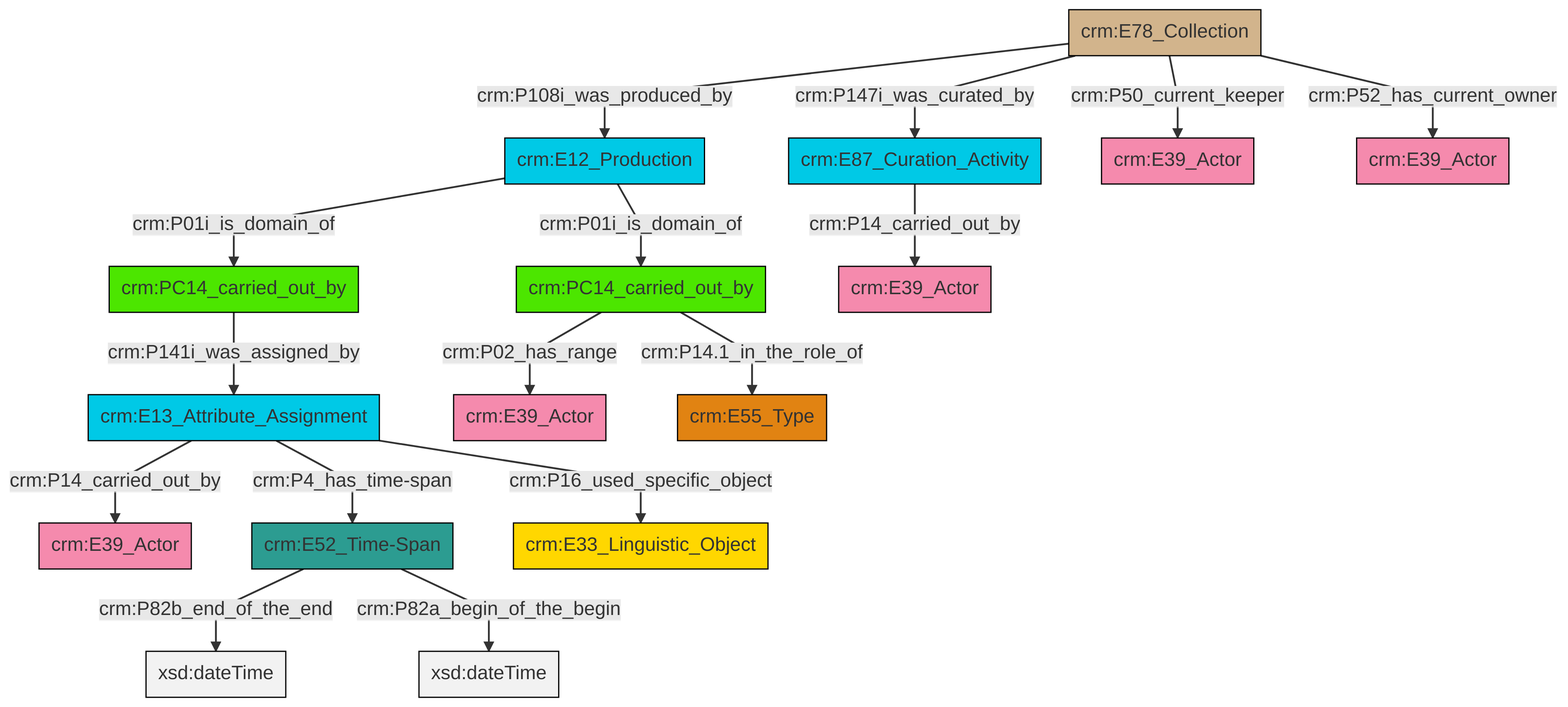
Before: et/archivalCSV/ttl/mmd/png/archival_relation.png, a diagram exported from Mermaid (swiss-art-research-net/docs.swissartresearch). Its source is kept beside it as et/archivalCSV/ttl/mmd/archival_relation.ttl.mmd. Source of this version:
```mermaid
graph TD
classDef Literal fill:#f2f2f2,stroke:#000000;
classDef CRM_Entity fill:#FFFFFF,stroke:#000000;
classDef Temporal_Entity fill:#00C9E6, stroke:#000000;
classDef Type fill:#E18312, stroke:#000000;
classDef Time-Span fill:#2C9C91, stroke:#000000;
classDef Appellation fill:#FFEB7F, stroke:#000000;
classDef Place fill:#008836, stroke:#000000;
classDef Persistent_Item fill:#B266B2, stroke:#000000;
classDef Conceptual_Object fill:#FFD700, stroke:#000000;
classDef Physical_Thing fill:#D2B48C, stroke:#000000;
classDef Actor fill:#f58aad, stroke:#000000;
classDef PC_Classes fill:#4ce600, stroke:#000000;
classDef Multi fill:#cccccc,stroke:#000000;

2["crm:E78_Collection"]:::Physical_Thing -->|crm:P147i_was_curated_by| 3["crm:E87_Curation_Activity"]:::Temporal_Entity
4["crm:PC14_carried_out_by"]:::PC_Classes -->|crm:P141i_was_assigned_by| 5["crm:E13_Attribute_Assignment"]:::Temporal_Entity
6["crm:E12_Production"]:::Temporal_Entity -->|crm:P01i_is_domain_of| 7["crm:PC14_carried_out_by"]:::PC_Classes
9["crm:E52_Time-Span"]:::Time-Span -->|crm:P82b_end_of_the_end| 10[xsd:dateTime]:::Literal
9["crm:E52_Time-Span"]:::Time-Span -->|crm:P82a_begin_of_the_begin| 11[xsd:dateTime]:::Literal
5["crm:E13_Attribute_Assignment"]:::Temporal_Entity -->|crm:P4_has_time-span| 9["crm:E52_Time-Span"]:::Time-Span
7["crm:PC14_carried_out_by"]:::PC_Classes -->|crm:P02_has_range| 13["crm:E39_Actor"]:::Actor
5["crm:E13_Attribute_Assignment"]:::Temporal_Entity -->|crm:P14_carried_out_by| 0["crm:E39_Actor"]:::Actor
2["crm:E78_Collection"]:::Physical_Thing -->|crm:P50_current_keeper| 16["crm:E39_Actor"]:::Actor
7["crm:PC14_carried_out_by"]:::PC_Classes -->|crm:P14.1_in_the_role_of| 21["crm:E55_Type"]:::Type
2["crm:E78_Collection"]:::Physical_Thing -->|crm:P52_has_current_owner| 19["crm:E39_Actor"]:::Actor
2["crm:E78_Collection"]:::Physical_Thing -->|crm:P108i_was_produced_by| 6["crm:E12_Production"]:::Temporal_Entity
5["crm:E13_Attribute_Assignment"]:::Temporal_Entity -->|crm:P16_used_specific_object| 24["crm:E33_Linguistic_Object"]:::Conceptual_Object
6["crm:E12_Production"]:::Temporal_Entity -->|crm:P01i_is_domain_of| 4["crm:PC14_carried_out_by"]:::PC_Classes
3["crm:E87_Curation_Activity"]:::Temporal_Entity -->|crm:P14_carried_out_by| 26["crm:E39_Actor"]:::Actor
```
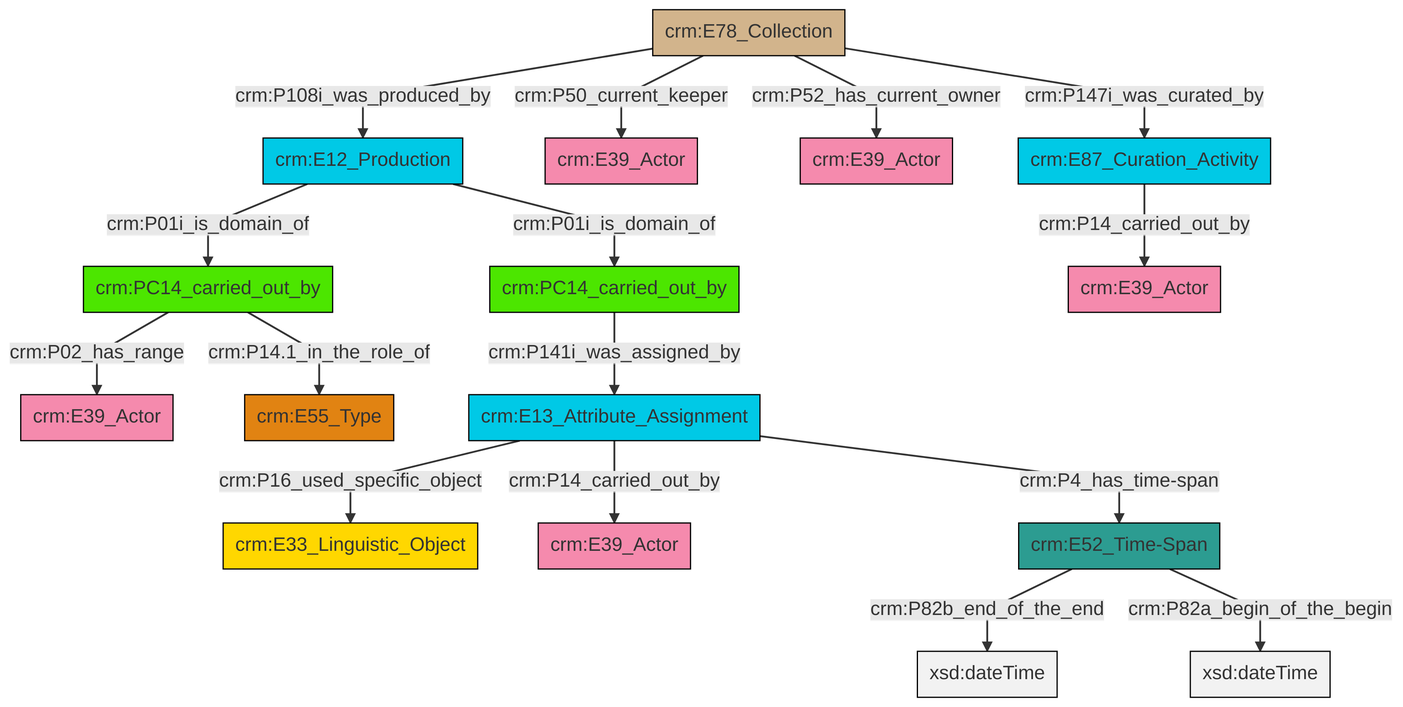
Later version of the same file.

What changed in the source:
```diff
@@ -13,18 +13,18 @@
 classDef PC_Classes fill:#4ce600, stroke:#000000;
 classDef Multi fill:#cccccc,stroke:#000000;
 
-2["crm:E78_Collection"]:::Physical_Thing -->|crm:P147i_was_curated_by| 3["crm:E87_Curation_Activity"]:::Temporal_Entity
-4["crm:PC14_carried_out_by"]:::PC_Classes -->|crm:P141i_was_assigned_by| 5["crm:E13_Attribute_Assignment"]:::Temporal_Entity
-6["crm:E12_Production"]:::Temporal_Entity -->|crm:P01i_is_domain_of| 7["crm:PC14_carried_out_by"]:::PC_Classes
-9["crm:E52_Time-Span"]:::Time-Span -->|crm:P82b_end_of_the_end| 10[xsd:dateTime]:::Literal
-9["crm:E52_Time-Span"]:::Time-Span -->|crm:P82a_begin_of_the_begin| 11[xsd:dateTime]:::Literal
-5["crm:E13_Attribute_Assignment"]:::Temporal_Entity -->|crm:P4_has_time-span| 9["crm:E52_Time-Span"]:::Time-Span
-7["crm:PC14_carried_out_by"]:::PC_Classes -->|crm:P02_has_range| 13["crm:E39_Actor"]:::Actor
-5["crm:E13_Attribute_Assignment"]:::Temporal_Entity -->|crm:P14_carried_out_by| 0["crm:E39_Actor"]:::Actor
-2["crm:E78_Collection"]:::Physical_Thing -->|crm:P50_current_keeper| 16["crm:E39_Actor"]:::Actor
-7["crm:PC14_carried_out_by"]:::PC_Classes -->|crm:P14.1_in_the_role_of| 21["crm:E55_Type"]:::Type
-2["crm:E78_Collection"]:::Physical_Thing -->|crm:P52_has_current_owner| 19["crm:E39_Actor"]:::Actor
-2["crm:E78_Collection"]:::Physical_Thing -->|crm:P108i_was_produced_by| 6["crm:E12_Production"]:::Temporal_Entity
-5["crm:E13_Attribute_Assignment"]:::Temporal_Entity -->|crm:P16_used_specific_object| 24["crm:E33_Linguistic_Object"]:::Conceptual_Object
-6["crm:E12_Production"]:::Temporal_Entity -->|crm:P01i_is_domain_of| 4["crm:PC14_carried_out_by"]:::PC_Classes
-3["crm:E87_Curation_Activity"]:::Temporal_Entity -->|crm:P14_carried_out_by| 26["crm:E39_Actor"]:::Actor
+0["crm:PC14_carried_out_by"]:::PC_Classes -->|crm:P02_has_range| 1["crm:E39_Actor"]:::Actor
+2["crm:E78_Collection"]:::Physical_Thing -->|crm:P108i_was_produced_by| 3["crm:E12_Production"]:::Temporal_Entity
+2["crm:E78_Collection"]:::Physical_Thing -->|crm:P50_current_keeper| 6["crm:E39_Actor"]:::Actor
+7["crm:E13_Attribute_Assignment"]:::Temporal_Entity -->|crm:P16_used_specific_object| 8["crm:E33_Linguistic_Object"]:::Conceptual_Object
+10["crm:PC14_carried_out_by"]:::PC_Classes -->|crm:P141i_was_assigned_by| 7["crm:E13_Attribute_Assignment"]:::Temporal_Entity
+3["crm:E12_Production"]:::Temporal_Entity -->|crm:P01i_is_domain_of| 0["crm:PC14_carried_out_by"]:::PC_Classes
+2["crm:E78_Collection"]:::Physical_Thing -->|crm:P52_has_current_owner| 16["crm:E39_Actor"]:::Actor
+7["crm:E13_Attribute_Assignment"]:::Temporal_Entity -->|crm:P4_has_time-span| 19["crm:E52_Time-Span"]:::Time-Span
+19["crm:E52_Time-Span"]:::Time-Span -->|crm:P82b_end_of_the_end| 20[xsd:dateTime]:::Literal
+0["crm:PC14_carried_out_by"]:::PC_Classes -->|crm:P14.1_in_the_role_of| 4["crm:E55_Type"]:::Type
+7["crm:E13_Attribute_Assignment"]:::Temporal_Entity -->|crm:P14_carried_out_by| 17["crm:E39_Actor"]:::Actor
+23["crm:E87_Curation_Activity"]:::Temporal_Entity -->|crm:P14_carried_out_by| 12["crm:E39_Actor"]:::Actor
+19["crm:E52_Time-Span"]:::Time-Span -->|crm:P82a_begin_of_the_begin| 25[xsd:dateTime]:::Literal
+3["crm:E12_Production"]:::Temporal_Entity -->|crm:P01i_is_domain_of| 10["crm:PC14_carried_out_by"]:::PC_Classes
+2["crm:E78_Collection"]:::Physical_Thing -->|crm:P147i_was_curated_by| 23["crm:E87_Curation_Activity"]:::Temporal_Entity
```
